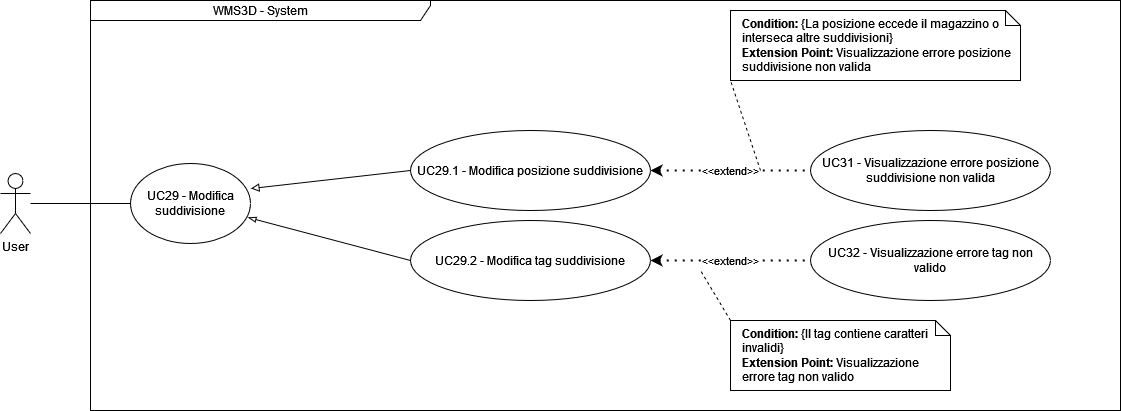
Before: Documentazione/RTB/Esterna/analisi_dei_requisiti/UC_diagrams_28-32/UC29_sys.drawio.png, a diagram exported from draw.io (Avant-Garde-Software-Engineering/Documents). Source tidied: cells renumbered, new cells last; positions are measured from the earlier drawing's top-left corner, leaving out a move shared by most shapes.
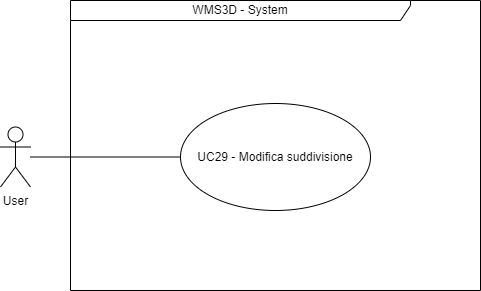
The same diagram one commit later.

Diff of the diagram source:
```diff
@@ -3,58 +3,16 @@
     <mxCell id="0" />
     <mxCell id="1" parent="0" />
     <mxCell id="2" value="WMS3D - System" style="shape=umlFrame;whiteSpace=wrap;html=1;width=340;height=20;" parent="1" vertex="1">
-      <mxGeometry x="90" width="1030" height="410" as="geometry" />
+      <mxGeometry x="70" y="70" width="410" height="290" as="geometry" />
     </mxCell>
     <mxCell id="3" value="User" style="shape=umlActor;verticalLabelPosition=bottom;verticalAlign=top;html=1;" parent="1" vertex="1">
-      <mxGeometry y="173" width="30" height="60" as="geometry" />
+      <mxGeometry y="196.5" width="30" height="60" as="geometry" />
     </mxCell>
-    <mxCell id="4" value="UC29.1 - Modifica posizione suddivisione" style="ellipse;whiteSpace=wrap;html=1;" parent="1" vertex="1">
-      <mxGeometry x="410" y="130" width="240" height="80" as="geometry" />
-    </mxCell>
-    <mxCell id="5" style="endArrow=none;html=1;rounded=0;entryX=0;entryY=0.5;entryDx=0;entryDy=0;startArrow=block;startFill=0;exitX=1.004;exitY=0.313;exitDx=0;exitDy=0;exitPerimeter=0;" parent="1" edge="1" source="8" target="4">
-      <mxGeometry relative="1" as="geometry" />
-    </mxCell>
-    <mxCell id="6" style="endArrow=none;html=1;rounded=0;exitX=0.979;exitY=0.675;exitDx=0;exitDy=0;entryX=0;entryY=0.5;entryDx=0;entryDy=0;startArrow=blockThin;startFill=0;exitPerimeter=0;" parent="1" edge="1" source="8" target="7">
-      <mxGeometry relative="1" as="geometry" />
-    </mxCell>
-    <mxCell id="7" value="UC29.2 - Modifica tag suddivisione " style="ellipse;whiteSpace=wrap;html=1;" parent="1" vertex="1">
-      <mxGeometry x="410" y="220" width="240" height="80" as="geometry" />
-    </mxCell>
     <mxCell id="8" value="UC29 - Modifica suddivisione" style="ellipse;whiteSpace=wrap;html=1;" parent="1" vertex="1">
-      <mxGeometry x="130" y="163" width="120" height="80" as="geometry" />
+      <mxGeometry x="180" y="173" width="190" height="107" as="geometry" />
     </mxCell>
     <mxCell id="9" style="endArrow=none;html=1;rounded=0;entryX=0;entryY=0.5;entryDx=0;entryDy=0;" parent="1" edge="1" source="3" target="8">
       <mxGeometry relative="1" as="geometry" />
     </mxCell>
-    <mxCell id="10" value="UC31 - Visualizzazione errore posizione suddivisione non valida" style="ellipse;whiteSpace=wrap;html=1;" parent="1" vertex="1">
-      <mxGeometry x="810" y="130" width="240" height="80" as="geometry" />
-    </mxCell>
-    <mxCell id="11" value="&amp;lt;&amp;lt;extend&amp;gt;&amp;gt;" style="endArrow=none;dashed=1;html=1;dashPattern=1 3;strokeWidth=2;rounded=0;entryX=0;entryY=0.5;entryDx=0;entryDy=0;exitX=1;exitY=0.5;exitDx=0;exitDy=0;startArrow=classic;startFill=1;" parent="1" edge="1" source="4" target="10">
-      <mxGeometry relative="1" as="geometry" />
-    </mxCell>
-    <mxCell id="12" value="UC32 - Visualizzazione errore tag non valido" style="ellipse;whiteSpace=wrap;html=1;" parent="1" vertex="1">
-      <mxGeometry x="810" y="220" width="240" height="80" as="geometry" />
-    </mxCell>
-    <mxCell id="13" value="&amp;lt;&amp;lt;extend&amp;gt;&amp;gt;" style="endArrow=none;dashed=1;html=1;dashPattern=1 3;strokeWidth=2;rounded=0;entryX=0;entryY=0.5;entryDx=0;entryDy=0;exitX=1;exitY=0.5;exitDx=0;exitDy=0;startArrow=classic;startFill=1;" parent="1" edge="1" target="12">
-      <mxGeometry relative="1" as="geometry">
-        <mxPoint x="650" y="260" as="sourcePoint" />
-      </mxGeometry>
-    </mxCell>
-    <mxCell id="14" value="&lt;div&gt;&lt;b&gt;Condition:&lt;/b&gt; {La posizione eccede il magazzino o interseca altre suddivisioni}&lt;/div&gt;&lt;div&gt;&lt;b&gt;Extension Point: &lt;/b&gt;Visualizzazione errore posizione suddivisione non valida&lt;br&gt;&lt;/div&gt;" style="shape=note;size=15;align=left;spacingLeft=10;html=1;whiteSpace=wrap;" parent="1" vertex="1">
-      <mxGeometry x="730" y="10" width="290" height="70" as="geometry" />
-    </mxCell>
-    <mxCell id="15" style="rounded=0;jettySize=auto;html=1;exitX=0;exitY=0;exitDx=0;exitDy=0;exitPerimeter=0;dashed=1;endArrow=none;endFill=0;" parent="1" edge="1" source="16">
-      <mxGeometry relative="1" as="geometry">
-        <mxPoint x="700" y="270" as="targetPoint" />
-      </mxGeometry>
-    </mxCell>
-    <mxCell id="16" value="&lt;div&gt;&lt;b&gt;Condition:&lt;/b&gt; {Il tag contiene caratteri invalidi}&lt;/div&gt;&lt;div&gt;&lt;b&gt;Extension Point: &lt;/b&gt;Visualizzazione errore tag non valido&lt;br&gt;&lt;/div&gt;" style="shape=note;size=15;align=left;spacingLeft=10;html=1;whiteSpace=wrap;" parent="1" vertex="1">
-      <mxGeometry x="730" y="320" width="220" height="70" as="geometry" />
-    </mxCell>
-    <mxCell id="17" style="rounded=0;jettySize=auto;html=1;dashed=1;endArrow=none;endFill=0;entryX=0;entryY=1;entryDx=0;entryDy=0;entryPerimeter=0;" parent="1" edge="1" target="14">
-      <mxGeometry relative="1" as="geometry">
-        <mxPoint x="760" y="170" as="sourcePoint" />
-      </mxGeometry>
-    </mxCell>
   </root>
 </mxGraphModel>
```
